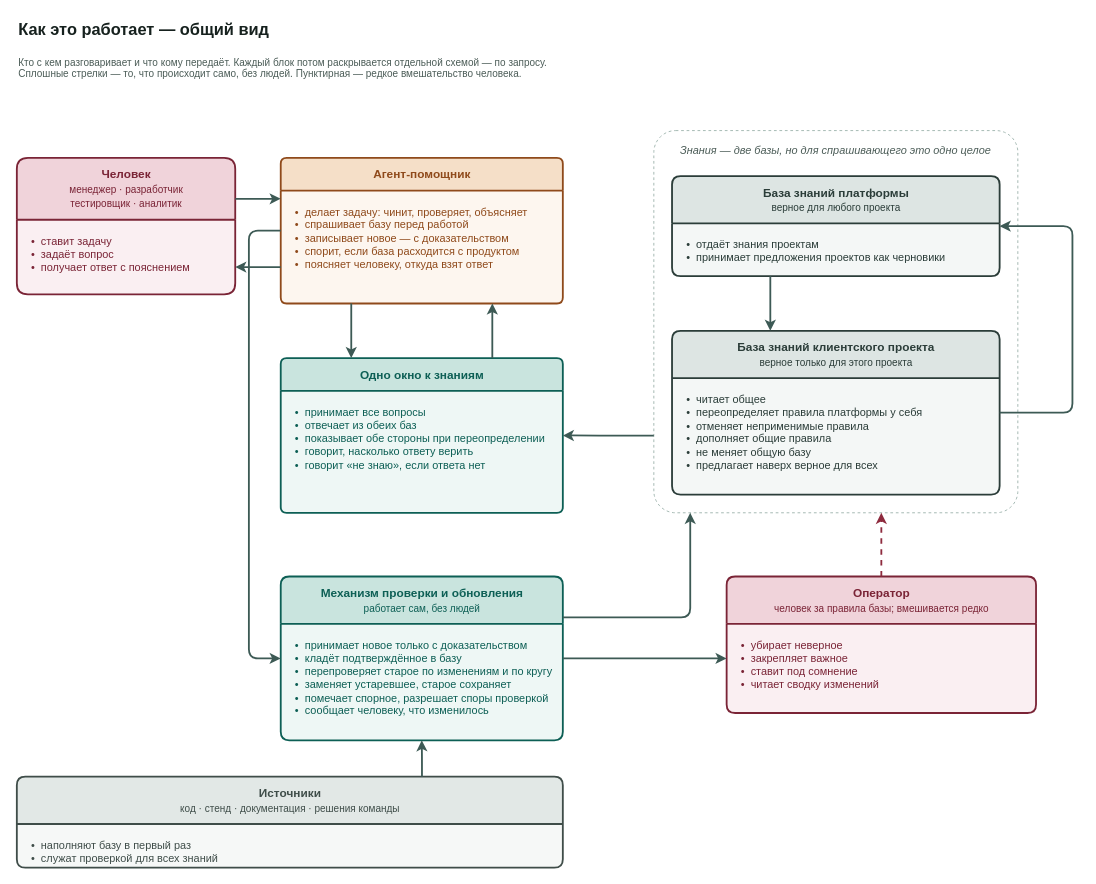
Before: docs/adr/adr-knowledge-base-v3-overview.drawio in VirtoCommerce/ai-tools, a draw.io diagram. Source tidied: cells renumbered, new cells numbered last; positions are measured from the earlier drawing's top-left corner, leaving out a move shared by most shapes. Both pictures are drawn from the tidied source at 91%, with x=0, y=0 at pixel (16, 15).
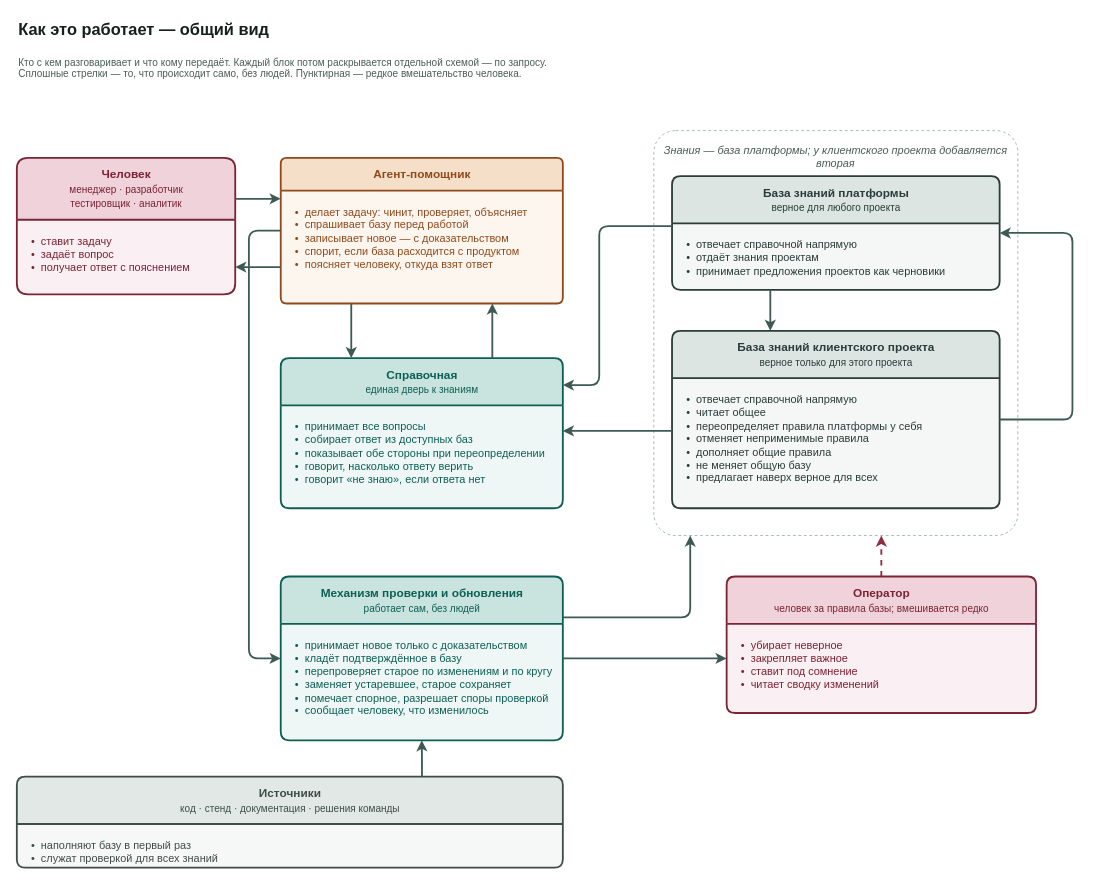
The same diagram, later.

Commit message (it also covers changes not shown here):
docs(adr): kb v3 — база платформы отвечает справочной напрямую; «Одно окно» → «Справочная» (VCST-5776)

The change refers to these unchanged cells:
```xml
<mxCell id="6" value="Агент-помощник" style="swimlane;html=1;rounded=1;arcSize=6;startSize=36;horizontal=1;fillColor=#f5dfc8;swimlaneFillColor=#fdf6ef;strokeColor=#8f4a1b;fontColor=#8f4a1b;fontSize=13;fontStyle=1;align=center;verticalAlign=middle;strokeWidth=2;fontFamily=Helvetica;" parent="1" vertex="1">
  <mxGeometry x="290" y="156" width="310" height="160" as="geometry" />
</mxCell>
<mxCell id="15" value="Механизм проверки и обновления&lt;br&gt;&lt;span style=&quot;font-size:11px;font-weight:normal&quot;&gt;работает сам, без людей&lt;/span&gt;" style="swimlane;html=1;rounded=1;arcSize=6;startSize=52;horizontal=1;fillColor=#c9e4de;swimlaneFillColor=#eef7f5;strokeColor=#0d5f55;fontColor=#0d5f55;fontSize=13;fontStyle=1;align=center;verticalAlign=middle;strokeWidth=2;fontFamily=Helvetica;" parent="1" vertex="1">
  <mxGeometry x="290" y="616" width="310" height="180" as="geometry" />
</mxCell>
<mxCell id="17" value="Оператор&lt;br&gt;&lt;span style=&quot;font-size:11px;font-weight:normal&quot;&gt;человек за правила базы; вмешивается редко&lt;/span&gt;" style="swimlane;html=1;rounded=1;arcSize=6;startSize=52;horizontal=1;fillColor=#f0d3da;swimlaneFillColor=#faeff2;strokeColor=#7a2436;fontColor=#7a2436;fontSize=13;fontStyle=1;align=center;verticalAlign=middle;strokeWidth=2;fontFamily=Helvetica;" parent="1" vertex="1">
  <mxGeometry x="780" y="616" width="340" height="150" as="geometry" />
</mxCell>
<mxCell id="19" value="Источники&lt;br&gt;&lt;span style=&quot;font-size:11px;font-weight:normal&quot;&gt;код · стенд · документация · решения команды&lt;/span&gt;" style="swimlane;html=1;rounded=1;arcSize=6;startSize=52;horizontal=1;fillColor=#e2e8e6;swimlaneFillColor=#f6f8f7;strokeColor=#3f4d49;fontColor=#3f4d49;fontSize=13;fontStyle=1;align=center;verticalAlign=middle;strokeWidth=2;fontFamily=Helvetica;" parent="1" vertex="1">
  <mxGeometry y="836" width="600" height="100" as="geometry" />
</mxCell>
```

Change to the diagram source:
```diff
@@
-    <mxCell id="8" value="Одно окно к знаниям" style="swimlane;html=1;rounded=1;arcSize=6;startSize=36;horizontal=1;fillColor=#c9e4de;swimlaneFillColor=#eef7f5;strokeColor=#0d5f55;fontColor=#0d5f55;fontSize=13;fontStyle=1;align=center;verticalAlign=middle;strokeWidth=2;fontFamily=Helvetica;" parent="1" vertex="1">
-      <mxGeometry x="290" y="376" width="310" height="170" as="geometry" />
+    <mxCell id="8" value="Справочная&lt;br&gt;&lt;span style=&quot;font-size:11px;font-weight:normal&quot;&gt;единая дверь к знаниям&lt;/span&gt;" style="swimlane;html=1;rounded=1;arcSize=6;startSize=52;horizontal=1;fillColor=#c9e4de;swimlaneFillColor=#eef7f5;strokeColor=#0d5f55;fontColor=#0d5f55;fontSize=13;fontStyle=1;align=center;verticalAlign=middle;strokeWidth=2;fontFamily=Helvetica;" parent="1" vertex="1">
+      <mxGeometry x="290" y="376" width="310" height="165" as="geometry" />
     </mxCell>
-    <mxCell id="9" value="•&amp;nbsp; принимает все вопросы&lt;br&gt;•&amp;nbsp; отвечает из обеих баз&lt;br&gt;•&amp;nbsp; показывает обе стороны при переопределении&lt;br&gt;•&amp;nbsp; говорит, насколько ответу верить&lt;br&gt;•&amp;nbsp; говорит «не знаю», если ответа нет" style="text;html=1;align=left;verticalAlign=top;whiteSpace=wrap;spacingLeft=14;spacingTop=10;spacingRight=10;fontSize=12;fontColor=#0d5f55;fontFamily=Helvetica;" parent="8" vertex="1">
-      <mxGeometry y="36" width="310" height="134" as="geometry" />
+    <mxCell id="9" value="•&amp;nbsp; принимает все вопросы&lt;br&gt;•&amp;nbsp; собирает ответ из доступных баз&lt;br&gt;•&amp;nbsp; показывает обе стороны при переопределении&lt;br&gt;•&amp;nbsp; говорит, насколько ответу верить&lt;br&gt;•&amp;nbsp; говорит «не знаю», если ответа нет" style="text;html=1;align=left;verticalAlign=top;whiteSpace=wrap;spacingLeft=14;spacingTop=10;spacingRight=10;fontSize=12;fontColor=#0d5f55;fontFamily=Helvetica;" parent="8" vertex="1">
+      <mxGeometry y="52" width="310" height="113" as="geometry" />
     </mxCell>
-    <mxCell id="10" value="Знания — две базы, но для спрашивающего это одно целое" style="rounded=1;arcSize=6;whiteSpace=wrap;html=1;fillColor=none;strokeColor=#9db3ad;dashed=1;verticalAlign=top;align=center;spacingTop=8;fontColor=#4b5c57;fontStyle=2;fontSize=12;fontFamily=Helvetica;" parent="1" vertex="1">
-      <mxGeometry x="700" y="126" width="400" height="420" as="geometry" />
+    <mxCell id="10" value="Знания — база платформы; у клиентского проекта добавляется вторая" style="rounded=1;arcSize=6;whiteSpace=wrap;html=1;fillColor=none;strokeColor=#9db3ad;dashed=1;verticalAlign=top;align=center;spacingTop=8;fontColor=#4b5c57;fontStyle=2;fontSize=12;fontFamily=Helvetica;" parent="1" vertex="1">
+      <mxGeometry x="700" y="126" width="400" height="445" as="geometry" />
     </mxCell>
     <mxCell id="11" value="База знаний платформы&lt;br&gt;&lt;span style=&quot;font-size:11px;font-weight:normal&quot;&gt;верное для любого проекта&lt;/span&gt;" style="swimlane;html=1;rounded=1;arcSize=6;startSize=52;horizontal=1;fillColor=#dde5e3;swimlaneFillColor=#f4f7f6;strokeColor=#2b3d39;fontColor=#2b3d39;fontSize=13;fontStyle=1;align=center;verticalAlign=middle;strokeWidth=2;fontFamily=Helvetica;" parent="1" vertex="1">
-      <mxGeometry x="720" y="176" width="360" height="110" as="geometry" />
+      <mxGeometry x="720" y="176" width="360" height="125" as="geometry" />
     </mxCell>
-    <mxCell id="12" value="•&amp;nbsp; отдаёт знания проектам&lt;br&gt;•&amp;nbsp; принимает предложения проектов как черновики" style="text;html=1;align=left;verticalAlign=top;whiteSpace=wrap;spacingLeft=14;spacingTop=10;spacingRight=10;fontSize=12;fontColor=#2b3d39;fontFamily=Helvetica;" parent="11" vertex="1">
-      <mxGeometry y="52" width="360" height="58" as="geometry" />
+    <mxCell id="12" value="•&amp;nbsp; отвечает справочной напрямую&lt;br&gt;•&amp;nbsp; отдаёт знания проектам&lt;br&gt;•&amp;nbsp; принимает предложения проектов как черновики" style="text;html=1;align=left;verticalAlign=top;whiteSpace=wrap;spacingLeft=14;spacingTop=10;spacingRight=10;fontSize=12;fontColor=#2b3d39;fontFamily=Helvetica;" parent="11" vertex="1">
+      <mxGeometry y="52" width="360" height="73" as="geometry" />
     </mxCell>
     <mxCell id="13" value="База знаний клиентского проекта&lt;br&gt;&lt;span style=&quot;font-size:11px;font-weight:normal&quot;&gt;верное только для этого проекта&lt;/span&gt;" style="swimlane;html=1;rounded=1;arcSize=6;startSize=52;horizontal=1;fillColor=#dde5e3;swimlaneFillColor=#f4f7f6;strokeColor=#2b3d39;fontColor=#2b3d39;fontSize=13;fontStyle=1;align=center;verticalAlign=middle;strokeWidth=2;fontFamily=Helvetica;" parent="1" vertex="1">
-      <mxGeometry x="720" y="346" width="360" height="180" as="geometry" />
+      <mxGeometry x="720" y="346" width="360" height="195" as="geometry" />
     </mxCell>
-    <mxCell id="14" value="•&amp;nbsp; читает общее&lt;br&gt;•&amp;nbsp; переопределяет правила платформы у себя&lt;br&gt;•&amp;nbsp; отменяет неприменимые правила&lt;br&gt;•&amp;nbsp; дополняет общие правила&lt;br&gt;•&amp;nbsp; не меняет общую базу&lt;br&gt;•&amp;nbsp; предлагает наверх верное для всех" style="text;html=1;align=left;verticalAlign=top;whiteSpace=wrap;spacingLeft=14;spacingTop=10;spacingRight=10;fontSize=12;fontColor=#2b3d39;fontFamily=Helvetica;" parent="13" vertex="1">
-      <mxGeometry y="52" width="360" height="128" as="geometry" />
+    <mxCell id="14" value="•&amp;nbsp; отвечает справочной напрямую&lt;br&gt;•&amp;nbsp; читает общее&lt;br&gt;•&amp;nbsp; переопределяет правила платформы у себя&lt;br&gt;•&amp;nbsp; отменяет неприменимые правила&lt;br&gt;•&amp;nbsp; дополняет общие правила&lt;br&gt;•&amp;nbsp; не меняет общую базу&lt;br&gt;•&amp;nbsp; предлагает наверх верное для всех" style="text;html=1;align=left;verticalAlign=top;whiteSpace=wrap;spacingLeft=14;spacingTop=10;spacingRight=10;fontSize=12;fontColor=#2b3d39;fontFamily=Helvetica;" parent="13" vertex="1">
+      <mxGeometry y="52" width="360" height="143" as="geometry" />
     </mxCell>
@@
-    <mxCell id="25" style="edgeStyle=orthogonalEdgeStyle;rounded=1;html=1;labelBackgroundColor=#ffffff;fontSize=12;strokeWidth=2;strokeColor=#3d5a55;fontColor=#2f3a37;fontFamily=Helvetica;exitX=0;exitY=0.798;exitDx=0;exitDy=0;entryX=1;entryY=0.5;entryDx=0;entryDy=0;" parent="1" edge="1" source="10" target="8">
-      <mxGeometry relative="1" as="geometry" />
+    <mxCell id="25" style="edgeStyle=orthogonalEdgeStyle;rounded=1;html=1;labelBackgroundColor=#ffffff;fontSize=12;strokeWidth=2;strokeColor=#3d5a55;fontColor=#2f3a37;fontFamily=Helvetica;exitX=0;exitY=0.44;exitDx=0;exitDy=0;entryX=1;entryY=0.18;entryDx=0;entryDy=0;" parent="1" edge="1" source="11" target="8">
+      <mxGeometry relative="1" as="geometry">
+        <Array as="points">
+          <mxPoint x="640" y="231" />
+          <mxPoint x="640" y="406" />
+        </Array>
+      </mxGeometry>
     </mxCell>
-    <mxCell id="26" style="edgeStyle=orthogonalEdgeStyle;rounded=1;html=1;labelBackgroundColor=#ffffff;fontSize=12;strokeWidth=2;strokeColor=#3d5a55;fontColor=#2f3a37;fontFamily=Helvetica;exitX=0;exitY=0.5;exitDx=0;exitDy=0;entryX=0;entryY=0.5;entryDx=0;entryDy=0;" parent="1" edge="1" source="6" target="15">
-      <mxGeometry relative="1" as="geometry">
-        <Array as="points">
-          <mxPoint x="255" y="236" />
-          <mxPoint x="255" y="706" />
-        </Array>
-      </mxGeometry>
+    <mxCell id="26" style="edgeStyle=orthogonalEdgeStyle;rounded=1;html=1;labelBackgroundColor=#ffffff;fontSize=12;strokeWidth=2;strokeColor=#3d5a55;fontColor=#2f3a37;fontFamily=Helvetica;exitX=0;exitY=0.564;exitDx=0;exitDy=0;entryX=1;entryY=0.485;entryDx=0;entryDy=0;" parent="1" edge="1" source="13" target="8">
+      <mxGeometry relative="1" as="geometry" />
     </mxCell>
-    <mxCell id="27" style="edgeStyle=orthogonalEdgeStyle;rounded=1;html=1;labelBackgroundColor=#ffffff;fontSize=12;strokeWidth=2;strokeColor=#3d5a55;fontColor=#2f3a37;fontFamily=Helvetica;exitX=1;exitY=0.25;exitDx=0;exitDy=0;entryX=0.1;entryY=1;entryDx=0;entryDy=0;" parent="1" edge="1" source="15" target="10">
+    <mxCell id="27" style="edgeStyle=orthogonalEdgeStyle;rounded=1;html=1;labelBackgroundColor=#ffffff;fontSize=12;strokeWidth=2;strokeColor=#3d5a55;fontColor=#2f3a37;fontFamily=Helvetica;exitX=0;exitY=0.5;exitDx=0;exitDy=0;entryX=0;entryY=0.5;entryDx=0;entryDy=0;" parent="1" edge="1" source="6" target="15">
       <mxGeometry relative="1" as="geometry">
         <Array as="points">
-          <mxPoint x="740" y="661" />
+          <mxPoint x="255" y="236" />
+          <mxPoint x="255" y="706" />
         </Array>
       </mxGeometry>
     </mxCell>
-    <mxCell id="28" style="edgeStyle=orthogonalEdgeStyle;rounded=1;html=1;labelBackgroundColor=#ffffff;fontSize=12;strokeWidth=2;strokeColor=#3d5a55;fontColor=#2f3a37;fontFamily=Helvetica;exitX=0.742;exitY=0;exitDx=0;exitDy=0;entryX=0.5;entryY=1;entryDx=0;entryDy=0;" parent="1" edge="1" source="19" target="15">
-      <mxGeometry relative="1" as="geometry" />
+    <mxCell id="28" style="edgeStyle=orthogonalEdgeStyle;rounded=1;html=1;labelBackgroundColor=#ffffff;fontSize=12;strokeWidth=2;strokeColor=#3d5a55;fontColor=#2f3a37;fontFamily=Helvetica;exitX=1;exitY=0.25;exitDx=0;exitDy=0;entryX=0.1;entryY=1;entryDx=0;entryDy=0;" parent="1" edge="1" source="15" target="10">
+      <mxGeometry relative="1" as="geometry">
+        <Array as="points">
+          <mxPoint x="740" y="661" />
+        </Array>
+      </mxGeometry>
     </mxCell>
-    <mxCell id="29" style="edgeStyle=orthogonalEdgeStyle;rounded=1;html=1;labelBackgroundColor=#ffffff;fontSize=12;strokeWidth=2;strokeColor=#3d5a55;fontColor=#2f3a37;fontFamily=Helvetica;exitX=1;exitY=0.5;exitDx=0;exitDy=0;entryX=0;entryY=0.6;entryDx=0;entryDy=0;" parent="1" edge="1" source="15" target="17">
-      <mxGeometry relative="1" as="geometry" />
+    <mxCell id="29" style="edgeStyle=orthogonalEdgeStyle;rounded=1;html=1;labelBackgroundColor=#ffffff;fontSize=12;strokeWidth=2;strokeColor=#3d5a55;fontColor=#2f3a37;fontFamily=Helvetica;exitX=1;exitY=0.5;exitDx=0;exitDy=0;entryX=1;entryY=0.5;entryDx=0;entryDy=0;" parent="1" edge="1" source="13" target="11">
+      <mxGeometry relative="1" as="geometry">
+        <Array as="points">
+          <mxPoint x="1160" y="443" />
+          <mxPoint x="1160" y="238" />
+        </Array>
+      </mxGeometry>
     </mxCell>
-    <mxCell id="30" style="edgeStyle=orthogonalEdgeStyle;rounded=1;html=1;labelBackgroundColor=#ffffff;fontSize=12;strokeWidth=2;strokeColor=#3d5a55;fontColor=#2f3a37;fontFamily=Helvetica;dashed=1;strokeColor=#8e2b3e;fontColor=#6b1f2e;exitX=0.5;exitY=0;exitDx=0;exitDy=0;entryX=0.625;entryY=1;entryDx=0;entryDy=0;" parent="1" edge="1" source="17" target="10">
+    <mxCell id="30" style="edgeStyle=orthogonalEdgeStyle;rounded=1;html=1;labelBackgroundColor=#ffffff;fontSize=12;strokeWidth=2;strokeColor=#3d5a55;fontColor=#2f3a37;fontFamily=Helvetica;exitX=0.742;exitY=0;exitDx=0;exitDy=0;entryX=0.5;entryY=1;entryDx=0;entryDy=0;" parent="1" edge="1" source="19" target="15">
       <mxGeometry relative="1" as="geometry" />
     </mxCell>
-    <mxCell id="31" style="edgeStyle=orthogonalEdgeStyle;rounded=1;html=1;labelBackgroundColor=#ffffff;fontSize=12;strokeWidth=2;strokeColor=#3d5a55;fontColor=#2f3a37;fontFamily=Helvetica;exitX=1;exitY=0.5;exitDx=0;exitDy=0;entryX=1;entryY=0.5;entryDx=0;entryDy=0;" parent="1" edge="1" source="13" target="11">
-      <mxGeometry relative="1" as="geometry">
-        <Array as="points">
-          <mxPoint x="1160" y="436" />
-          <mxPoint x="1160" y="231" />
-        </Array>
-      </mxGeometry>
+    <mxCell id="31" style="edgeStyle=orthogonalEdgeStyle;rounded=1;html=1;labelBackgroundColor=#ffffff;fontSize=12;strokeWidth=2;strokeColor=#3d5a55;fontColor=#2f3a37;fontFamily=Helvetica;exitX=1;exitY=0.5;exitDx=0;exitDy=0;entryX=0;entryY=0.6;entryDx=0;entryDy=0;" parent="1" edge="1" source="15" target="17">
+      <mxGeometry relative="1" as="geometry" />
     </mxCell>
-    <mxCell id="32" style="edgeStyle=orthogonalEdgeStyle;rounded=1;html=1;labelBackgroundColor=#ffffff;fontSize=12;strokeWidth=2;strokeColor=#3d5a55;fontColor=#2f3a37;fontFamily=Helvetica;exitX=0.3;exitY=1;exitDx=0;exitDy=0;entryX=0.3;entryY=0;entryDx=0;entryDy=0;" parent="1" edge="1" source="11" target="13">
+    <mxCell id="32" style="edgeStyle=orthogonalEdgeStyle;rounded=1;html=1;labelBackgroundColor=#ffffff;fontSize=12;strokeWidth=2;strokeColor=#3d5a55;fontColor=#2f3a37;fontFamily=Helvetica;dashed=1;strokeColor=#8e2b3e;fontColor=#6b1f2e;exitX=0.5;exitY=0;exitDx=0;exitDy=0;entryX=0.625;entryY=1;entryDx=0;entryDy=0;" parent="1" edge="1" source="17" target="10">
       <mxGeometry relative="1" as="geometry" />
     </mxCell>
+    <mxCell id="33" style="edgeStyle=orthogonalEdgeStyle;rounded=1;html=1;labelBackgroundColor=#ffffff;fontSize=12;strokeWidth=2;strokeColor=#3d5a55;fontColor=#2f3a37;fontFamily=Helvetica;exitX=0.3;exitY=1;exitDx=0;exitDy=0;entryX=0.3;entryY=0;entryDx=0;entryDy=0;" parent="1" edge="1" source="11" target="13">
+      <mxGeometry relative="1" as="geometry" />
+    </mxCell>
```
